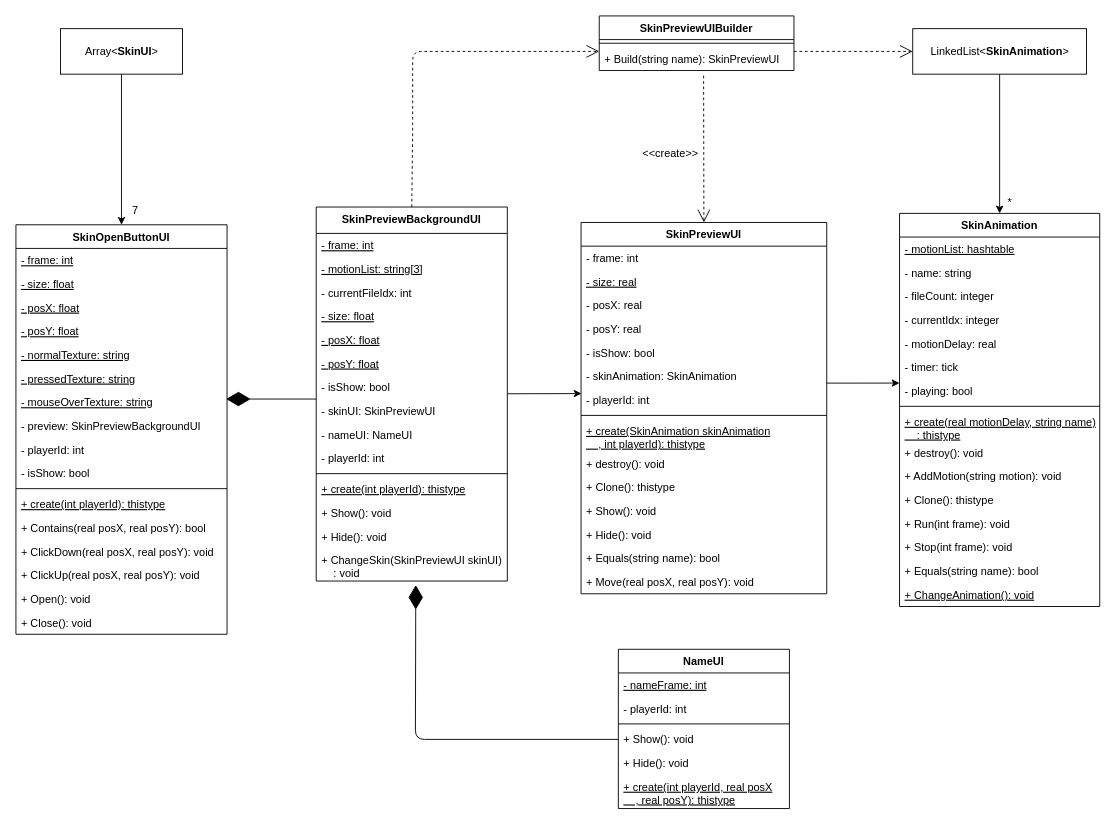
This is Diagram/SkinFrame.drawio from jsm150/OrangeMushroomStory, a draw.io file, before an edit. Source tidied: cells renumbered, new cells numbered last; positions are measured from the earlier drawing's top-left corner, leaving out a move shared by most shapes. Both pictures are drawn from the tidied source at 91%, with x=0, y=0 at pixel (15, 15).
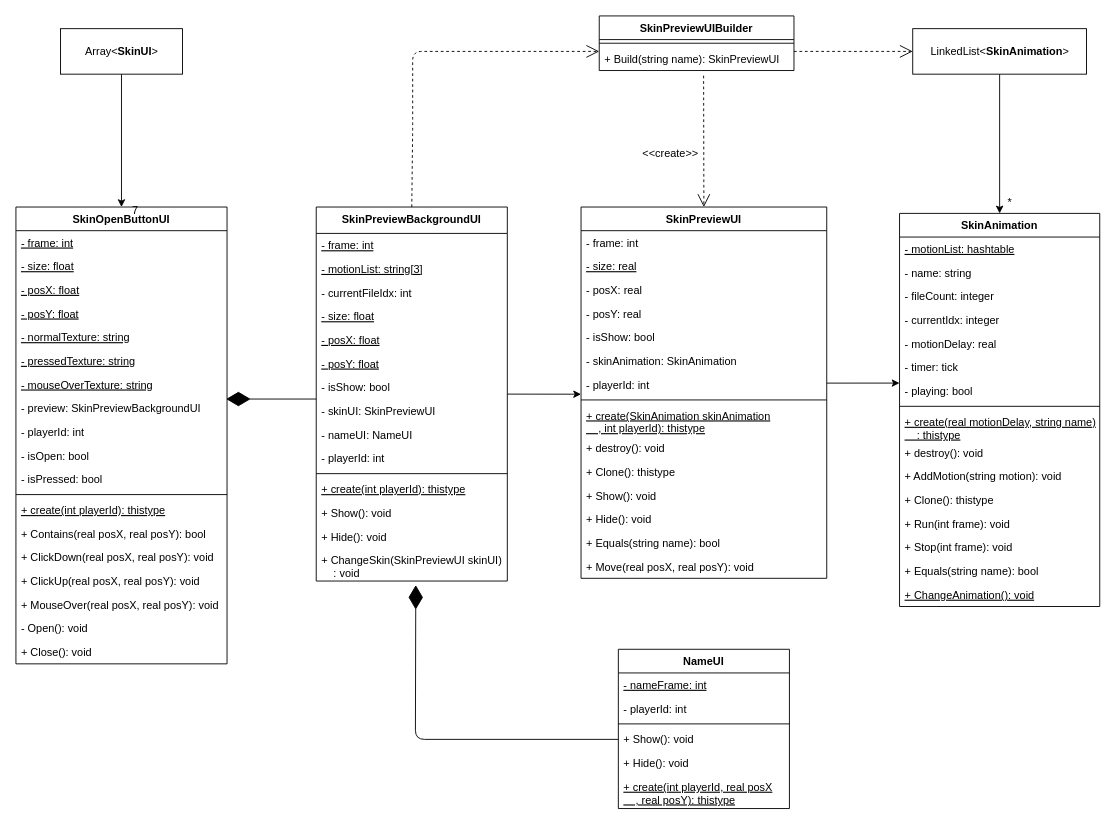
The same diagram, later.

Unchanged cells that the change refers to:
```xml
<mxCell id="3" value="SkinPreviewBackgroundUI" style="swimlane;fontStyle=1;align=center;verticalAlign=top;horizontal=1;startSize=29;" parent="1" vertex="1">
  <mxGeometry x="330" y="210" width="210" height="411" as="geometry" />
</mxCell>
<mxCell id="27" value="- playerId: int" style="text;strokeColor=none;fillColor=none;align=left;verticalAlign=top;spacingLeft=4;spacingRight=4;overflow=hidden;points=[[0,0.5],[1,0.5]];portConstraint=eastwest;" parent="20" vertex="1">
  <mxGeometry y="182" width="270" height="26" as="geometry" />
</mxCell>
```

Change to the diagram source:
```diff
@@
-    <mxCell id="2" style="edgeStyle=none;html=1;entryX=0.002;entryY=0.231;entryDx=0;entryDy=0;entryPerimeter=0;" parent="1" edge="1" source="3" target="27">
+    <mxCell id="2" style="edgeStyle=none;html=1;entryX=0;entryY=0.911;entryDx=0;entryDy=0;entryPerimeter=0;" parent="1" edge="1" source="3" target="27">
       <mxGeometry relative="1" as="geometry" />
     </mxCell>
@@
     <mxCell id="20" value="SkinPreviewUI" style="swimlane;fontStyle=1;align=center;verticalAlign=top;horizontal=1;startSize=26;" parent="1" vertex="1">
-      <mxGeometry x="621" y="227" width="270" height="408" as="geometry" />
+      <mxGeometry x="621" y="210" width="270" height="408" as="geometry" />
     </mxCell>
@@
     <mxCell id="53" value="SkinOpenButtonUI" style="swimlane;fontStyle=1;align=center;verticalAlign=top;horizontal=1;startSize=26;" parent="1" vertex="1">
-      <mxGeometry y="229.5" width="232" height="450" as="geometry" />
+      <mxGeometry y="210" width="232" height="502" as="geometry" />
     </mxCell>
@@
-    <mxCell id="63" value="- isShow: bool" style="text;strokeColor=none;fillColor=none;align=left;verticalAlign=top;spacingLeft=4;spacingRight=4;overflow=hidden;fontStyle=0;" parent="53" vertex="1">
+    <mxCell id="63" value="- isOpen: bool" style="text;strokeColor=none;fillColor=none;align=left;verticalAlign=top;spacingLeft=4;spacingRight=4;overflow=hidden;fontStyle=0;" parent="53" vertex="1">
       <mxGeometry y="260" width="232" height="26" as="geometry" />
     </mxCell>
+    <mxCell id="93" value="- isPressed: bool" style="text;strokeColor=none;fillColor=none;align=left;verticalAlign=top;spacingLeft=4;spacingRight=4;overflow=hidden;fontStyle=0;" parent="53" vertex="1">
+      <mxGeometry y="286" width="232" height="26" as="geometry" />
+    </mxCell>
     <mxCell id="64" style="line;strokeWidth=1;fillColor=none;align=left;verticalAlign=middle;spacingTop=-1;spacingLeft=3;spacingRight=3;labelPosition=right;" parent="53" vertex="1">
-      <mxGeometry y="286" width="232" height="8" as="geometry" />
+      <mxGeometry y="312" width="232" height="8" as="geometry" />
     </mxCell>
     <mxCell id="65" value="+ create(int playerId): thistype" style="text;strokeColor=none;fillColor=none;align=left;verticalAlign=top;spacingLeft=4;spacingRight=4;overflow=hidden;fontStyle=4;" parent="53" vertex="1">
-      <mxGeometry y="294" width="232" height="26" as="geometry" />
+      <mxGeometry y="320" width="232" height="26" as="geometry" />
     </mxCell>
     <mxCell id="66" value="+ Contains(real posX, real posY): bool" style="text;strokeColor=none;fillColor=none;align=left;verticalAlign=top;spacingLeft=4;spacingRight=4;overflow=hidden;" parent="53" vertex="1">
-      <mxGeometry y="320" width="232" height="26" as="geometry" />
+      <mxGeometry y="346" width="232" height="26" as="geometry" />
     </mxCell>
     <mxCell id="67" value="+ ClickDown(real posX, real posY): void" style="text;strokeColor=none;fillColor=none;align=left;verticalAlign=top;spacingLeft=4;spacingRight=4;overflow=hidden;" parent="53" vertex="1">
-      <mxGeometry y="346" width="232" height="26" as="geometry" />
+      <mxGeometry y="372" width="232" height="26" as="geometry" />
     </mxCell>
     <mxCell id="68" value="+ ClickUp(real posX, real posY): void" style="text;strokeColor=none;fillColor=none;align=left;verticalAlign=top;spacingLeft=4;spacingRight=4;overflow=hidden;" parent="53" vertex="1">
-      <mxGeometry y="372" width="232" height="26" as="geometry" />
+      <mxGeometry y="398" width="232" height="26" as="geometry" />
     </mxCell>
+    <mxCell id="94" value="+ MouseOver(real posX, real posY): void" style="text;strokeColor=none;fillColor=none;align=left;verticalAlign=top;spacingLeft=4;spacingRight=4;overflow=hidden;" parent="53" vertex="1">
+      <mxGeometry y="424" width="232" height="26" as="geometry" />
+    </mxCell>
-    <mxCell id="69" value="+ Open(): void" style="text;strokeColor=none;fillColor=none;align=left;verticalAlign=top;spacingLeft=4;spacingRight=4;overflow=hidden;" parent="53" vertex="1">
-      <mxGeometry y="398" width="232" height="26" as="geometry" />
+    <mxCell id="69" value="- Open(): void" style="text;strokeColor=none;fillColor=none;align=left;verticalAlign=top;spacingLeft=4;spacingRight=4;overflow=hidden;" parent="53" vertex="1">
+      <mxGeometry y="450" width="232" height="26" as="geometry" />
     </mxCell>
     <mxCell id="70" value="+ Close(): void" style="text;strokeColor=none;fillColor=none;align=left;verticalAlign=top;spacingLeft=4;spacingRight=4;overflow=hidden;" parent="53" vertex="1">
-      <mxGeometry y="424" width="232" height="26" as="geometry" />
+      <mxGeometry y="476" width="232" height="26" as="geometry" />
     </mxCell>
```
